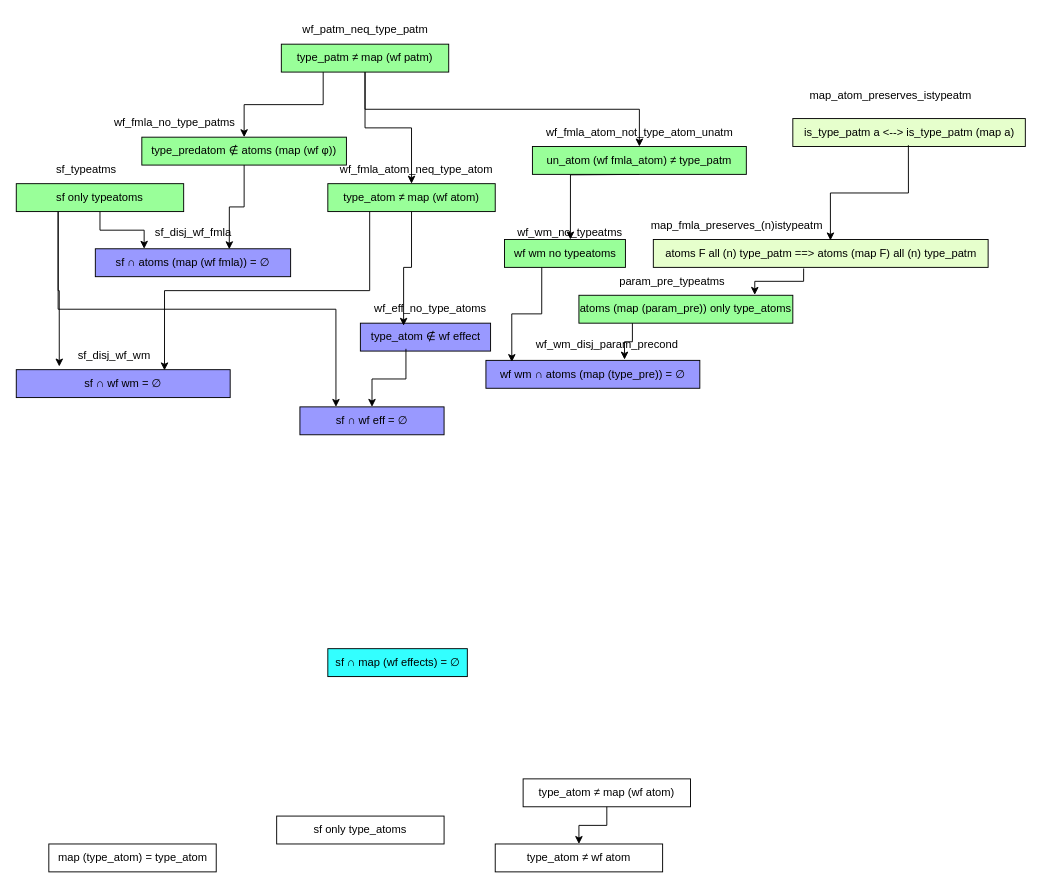
Above: Documentation/inclusion_exclusion.drawio in MVollath/Isabelle-PDDL-Grounding (draw.io), before the change. Source tidied: cells renumbered, new cells numbered last; positions are measured from the earlier drawing's top-left corner, leaving out a move shared by most shapes. Both pictures are drawn from the tidied source at 93%, with x=0, y=0 at pixel (16, 16).
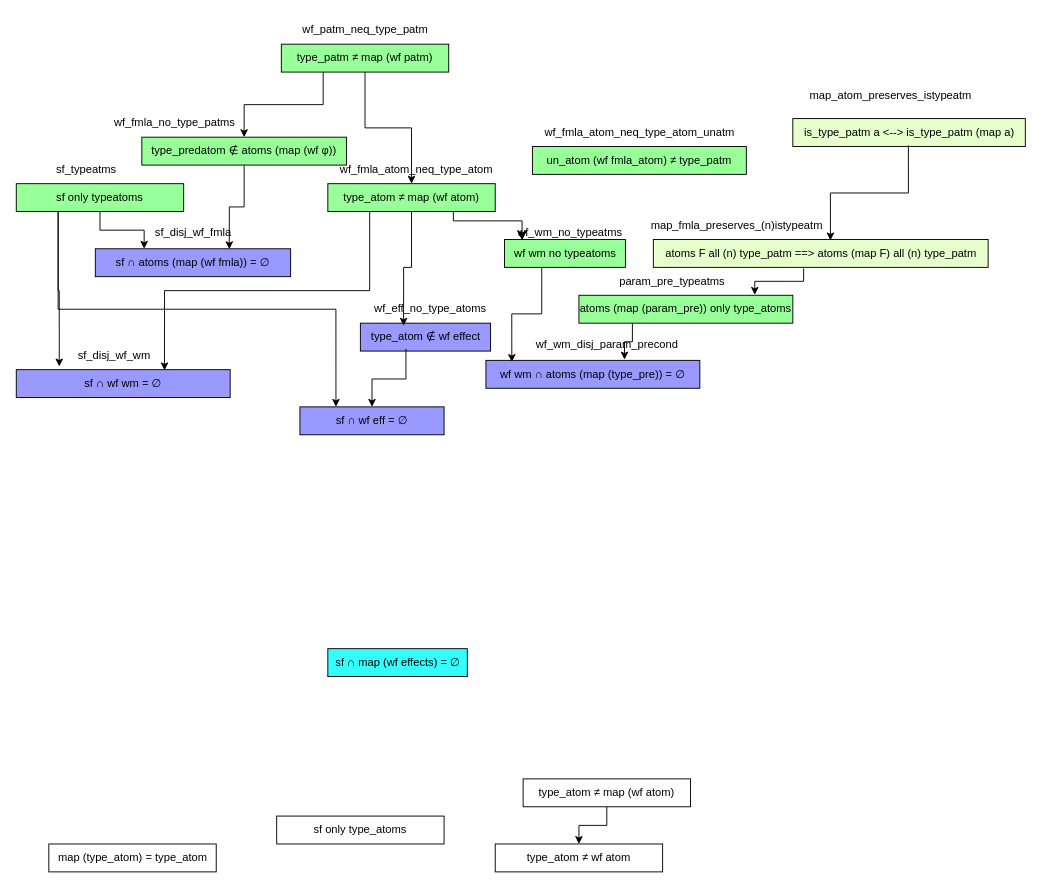
After the change.

Unchanged cells that the change refers to:
```xml
<mxCell id="10" value="un_atom (wf fmla_atom) ≠ type_patm" style="text;html=1;align=center;verticalAlign=middle;whiteSpace=wrap;rounded=0;strokeColor=#000000;fillColor=#99FF99;" parent="1" vertex="1">
  <mxGeometry x="555" y="140" width="230" height="30" as="geometry" />
</mxCell>
<mxCell id="17" value="type_patm&amp;nbsp;≠ map (wf patm)" style="text;html=1;align=center;verticalAlign=middle;whiteSpace=wrap;rounded=0;strokeColor=#000000;fillColor=#99FF99;" parent="1" vertex="1">
  <mxGeometry x="285" y="30" width="180" height="30" as="geometry" />
</mxCell>
<mxCell id="23" value="type_atom ≠ map (wf atom)" style="text;html=1;align=center;verticalAlign=middle;whiteSpace=wrap;rounded=0;strokeColor=#000000;fillColor=#99FF99;" parent="1" vertex="1">
  <mxGeometry x="335" y="180" width="180" height="30" as="geometry" />
</mxCell>
<mxCell id="46" value="wf wm no typeatoms" style="text;html=1;align=center;verticalAlign=middle;points=[];strokeColor=#000000;fillColor=#99FF99;" parent="1" vertex="1">
  <mxGeometry x="525" y="240" width="130" height="30" as="geometry" />
</mxCell>
```

What changed in the source:
```diff
@@
-    <mxCell id="9" style="edgeStyle=orthogonalEdgeStyle;rounded=0;jettySize=auto;html=1;entryX=0.545;entryY=0;entryDx=0;entryDy=0;entryPerimeter=0;" parent="1" edge="1" target="46">
-      <mxGeometry relative="1" as="geometry">
-        <mxPoint x="670" y="170" as="sourcePoint" />
-      </mxGeometry>
-    </mxCell>
@@
-    <mxCell id="16" style="edgeStyle=orthogonalEdgeStyle;rounded=0;jettySize=auto;html=1;exitX=0.5;exitY=1;exitDx=0;exitDy=0;" parent="1" edge="1" source="17" target="10">
-      <mxGeometry relative="1" as="geometry" />
-    </mxCell>
@@
-    <mxCell id="30" value="wf_fmla_atom_not_type_atom_unatm" style="text;html=1;align=center;verticalAlign=middle;strokeColor=none;fillColor=none;" parent="1" vertex="1">
-      <mxGeometry x="560" y="110" width="220" height="30" as="geometry" />
+    <mxCell id="30" value="wf_fmla_atom_neq_type_atom_unatm" style="text;html=1;align=center;verticalAlign=middle;strokeColor=none;fillColor=none;" parent="1" vertex="1">
+      <mxGeometry x="555" y="110" width="230" height="30" as="geometry" />
     </mxCell>
@@
+    <mxCell id="50" style="edgeStyle=orthogonalEdgeStyle;rounded=0;jettySize=auto;html=1;exitX=0.75;exitY=1;exitDx=0;exitDy=0;entryX=0.145;entryY=0.033;entryDx=0;entryDy=0;entryPerimeter=0;fontSize=12;startSize=8;endSize=8;" parent="1" edge="1" source="23" target="46">
+      <mxGeometry relative="1" as="geometry">
+        <Array as="points">
+          <mxPoint x="470" y="220" />
+          <mxPoint x="544" y="220" />
+        </Array>
+      </mxGeometry>
+    </mxCell>
```
